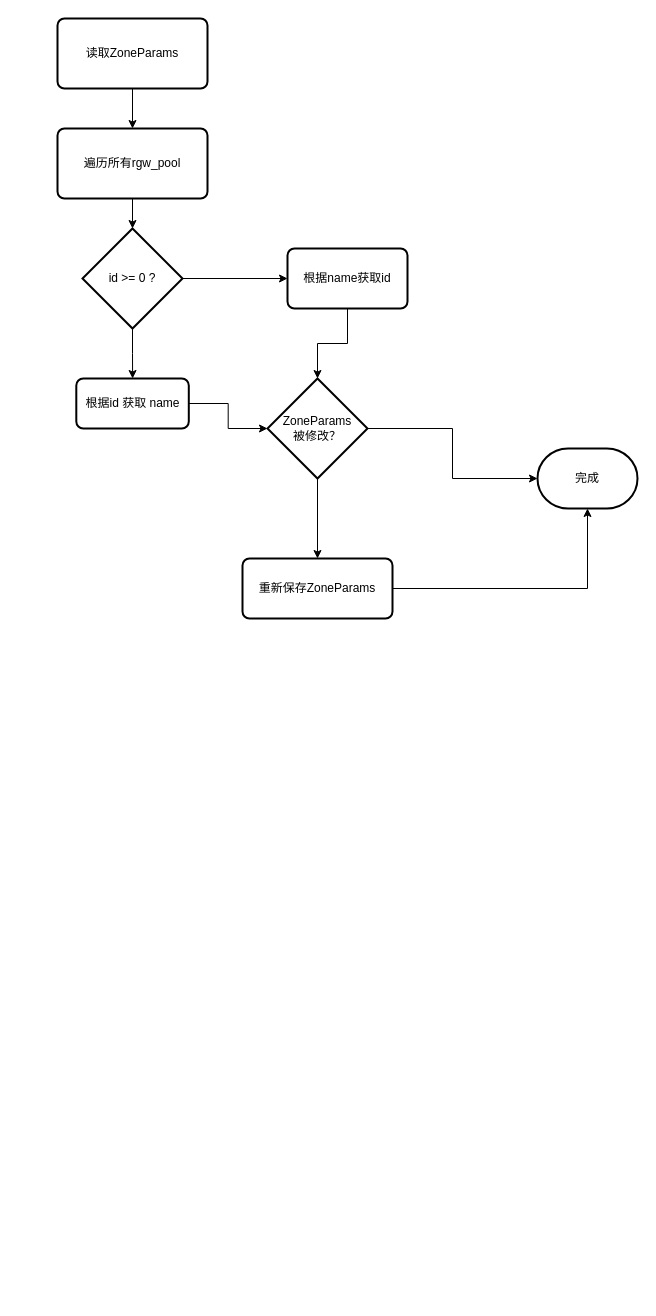
liutimo/images_bed keeps this draw.io diagram as page "第 1 页" (1 of 9) of leveldb.drawio. Above is the earlier version. Source tidied: cells renumbered, new cells numbered last; positions are measured from the earlier drawing's top-left corner, leaving out a move shared by most shapes. Both pictures are drawn from the tidied source at 100%, with x=0, y=0 at pixel (57, 18).
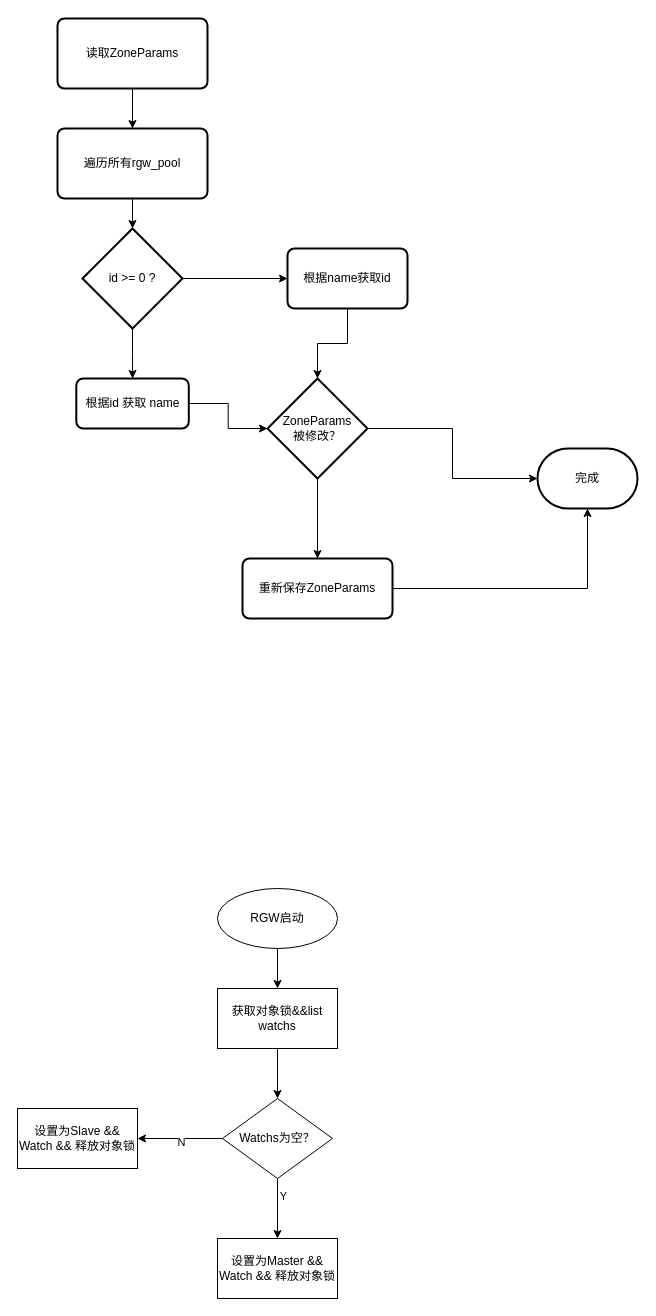
Above is the later version.

Diff of the diagram source:
```diff
@@
+    <mxCell id="19" style="edgeStyle=orthogonalEdgeStyle;rounded=0;jettySize=auto;html=1;" parent="1" edge="1" source="20" target="22">
+      <mxGeometry relative="1" as="geometry" />
+    </mxCell>
+    <mxCell id="20" value="RGW启动" style="ellipse;whiteSpace=wrap;html=1;" parent="1" vertex="1">
+      <mxGeometry x="160" y="870" width="120" height="60" as="geometry" />
+    </mxCell>
+    <mxCell id="21" style="edgeStyle=orthogonalEdgeStyle;rounded=0;jettySize=auto;html=1;" parent="1" edge="1" source="22" target="27">
+      <mxGeometry relative="1" as="geometry" />
+    </mxCell>
+    <mxCell id="22" value="获取对象锁&amp;amp;&amp;amp;list watchs" style="whiteSpace=wrap;html=1;" parent="1" vertex="1">
+      <mxGeometry x="160" y="970" width="120" height="60" as="geometry" />
+    </mxCell>
+    <mxCell id="23" style="edgeStyle=orthogonalEdgeStyle;rounded=0;jettySize=auto;html=1;" parent="1" edge="1" source="27" target="28">
+      <mxGeometry relative="1" as="geometry" />
+    </mxCell>
+    <mxCell id="24" value="Y" style="edgeLabel;html=1;align=center;verticalAlign=middle;" parent="23" vertex="1">
+      <mxGeometry x="-0.43" y="5" relative="1" as="geometry" />
+    </mxCell>
+    <mxCell id="25" style="edgeStyle=orthogonalEdgeStyle;rounded=0;jettySize=auto;html=1;" parent="1" edge="1" source="27" target="29">
+      <mxGeometry relative="1" as="geometry" />
+    </mxCell>
+    <mxCell id="26" value="N" style="edgeLabel;html=1;align=center;verticalAlign=middle;" parent="25" vertex="1">
+      <mxGeometry x="-0.01" y="3" relative="1" as="geometry" />
+    </mxCell>
+    <mxCell id="27" value="Watchs为空？" style="rhombus;whiteSpace=wrap;html=1;" parent="1" vertex="1">
+      <mxGeometry x="165" y="1080" width="110" height="80" as="geometry" />
+    </mxCell>
+    <mxCell id="28" value="设置为Master &amp;amp;&amp;amp; Watch &amp;amp;&amp;amp; 释放对象锁" style="whiteSpace=wrap;html=1;" parent="1" vertex="1">
+      <mxGeometry x="160" y="1220" width="120" height="60" as="geometry" />
+    </mxCell>
+    <mxCell id="29" value="设置为Slave &amp;amp;&amp;amp; Watch &amp;amp;&amp;amp; 释放对象锁" style="whiteSpace=wrap;html=1;" parent="1" vertex="1">
+      <mxGeometry x="-40" y="1090" width="120" height="60" as="geometry" />
+    </mxCell>
```
